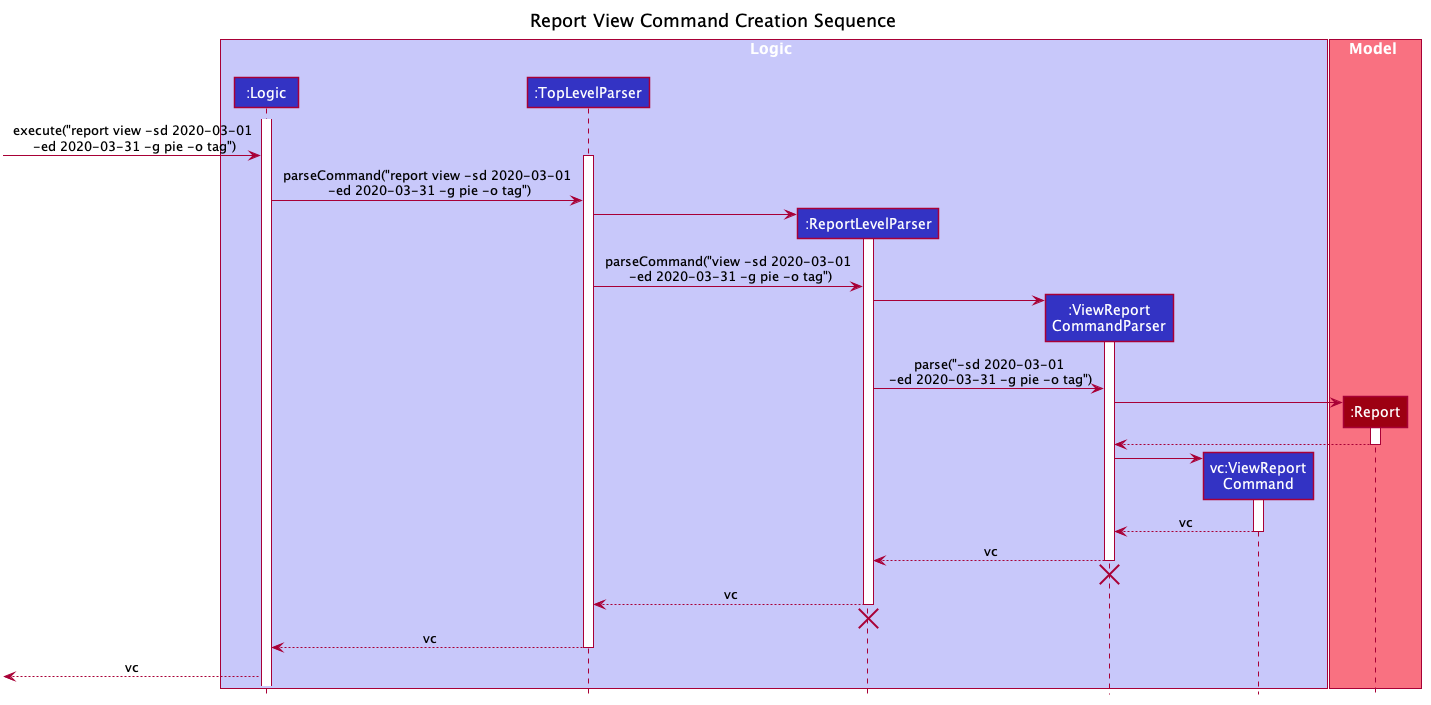
Earlier version of the PlantUML export docs/images/ReportViewCreation.png (zwasd/main).
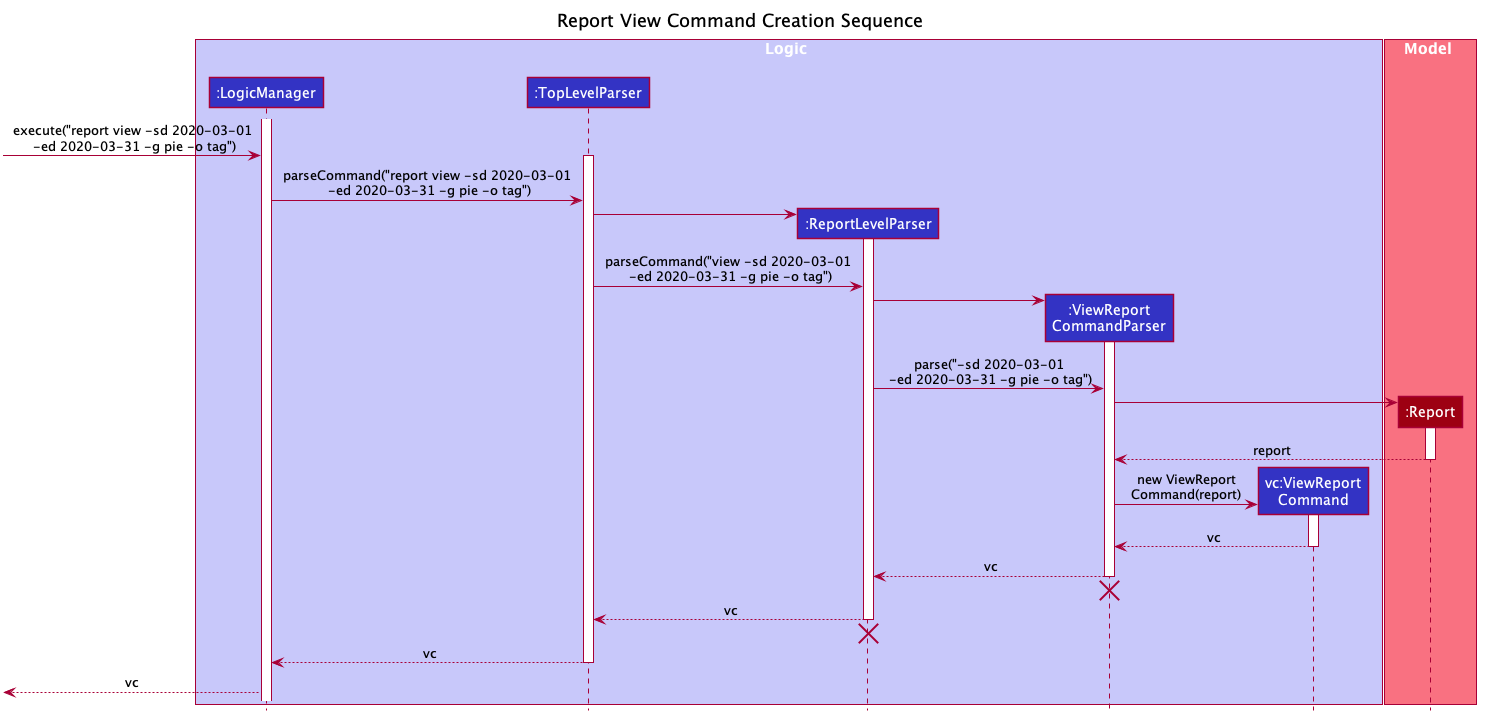
Later version of the same file.

What changed in the source:
```diff
@@ -53,7 +53,7 @@
 hide circle
 title Report View Command Creation Sequence
 box Logic #C8C8FA
-participant ":Logic" as Logic #3333C4
+participant ":LogicManager" as LogicManager #3333C4
 participant ":TopLevelParser" as TopLevelParser #3333C4
 participant ":ReportLevelParser" as ReportLevelParser #3333C4
 participant ":ViewReport\nCommandParser" as ViewReportCommandParser #3333C4
@@ -63,10 +63,10 @@
 box Model #F97181
 participant ":Report" as Report #9D0012
 end box
-activate Logic
-[-> Logic: execute("report view -sd 2020-03-01\n -ed 2020-03-31 -g pie -o tag")
+activate LogicManager
+[-> LogicManager: execute("report view -sd 2020-03-01\n -ed 2020-03-31 -g pie -o tag")
 activate TopLevelParser
-Logic -> TopLevelParser : parseCommand("report view -sd 2020-03-01\n -ed 2020-03-31 -g pie -o tag")
+LogicManager -> TopLevelParser : parseCommand("report view -sd 2020-03-01\n -ed 2020-03-31 -g pie -o tag")
 create ReportLevelParser
 TopLevelParser  -> ReportLevelParser
 activate ReportLevelParser
@@ -78,10 +78,10 @@
 create Report
 ViewReportCommandParser -> Report
 activate Report
-Report ---> ViewReportCommandParser
+Report ---> ViewReportCommandParser : report
 deactivate Report
 create ViewReportCommand
-ViewReportCommandParser -> ViewReportCommand
+ViewReportCommandParser -> ViewReportCommand : new ViewReport\nCommand(report)
 activate ViewReportCommand
 ViewReportCommand --> ViewReportCommandParser : vc
 deactivate ViewReportCommand
@@ -93,9 +93,9 @@
 deactivate ReportLevelParser
 ReportLevelParser -[hidden]-> TopLevelParser
 destroy ReportLevelParser
-TopLevelParser --> Logic:vc
+TopLevelParser --> LogicManager:vc
 deactivate TopLevelParser
-[<-- Logic : vc
+[<-- LogicManager : vc
 
 
 @enduml
```
